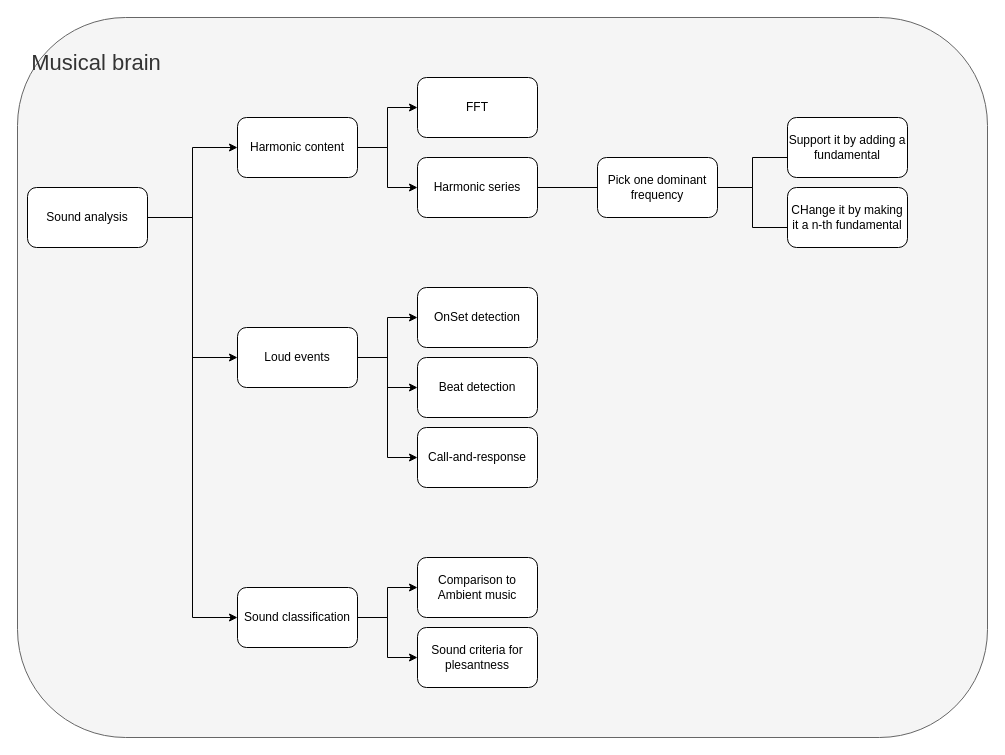
Earlier version of the draw.io diagram Diagrams/Nice_Noise_Diagram.drawio (prokosim/Nice_Noise). Source tidied: cells renumbered, new cells numbered last; positions are measured from the earlier drawing's top-left corner, leaving out a move shared by most shapes. Both pictures are drawn from the tidied source at 100%, with x=0, y=0 at pixel (17, 17).
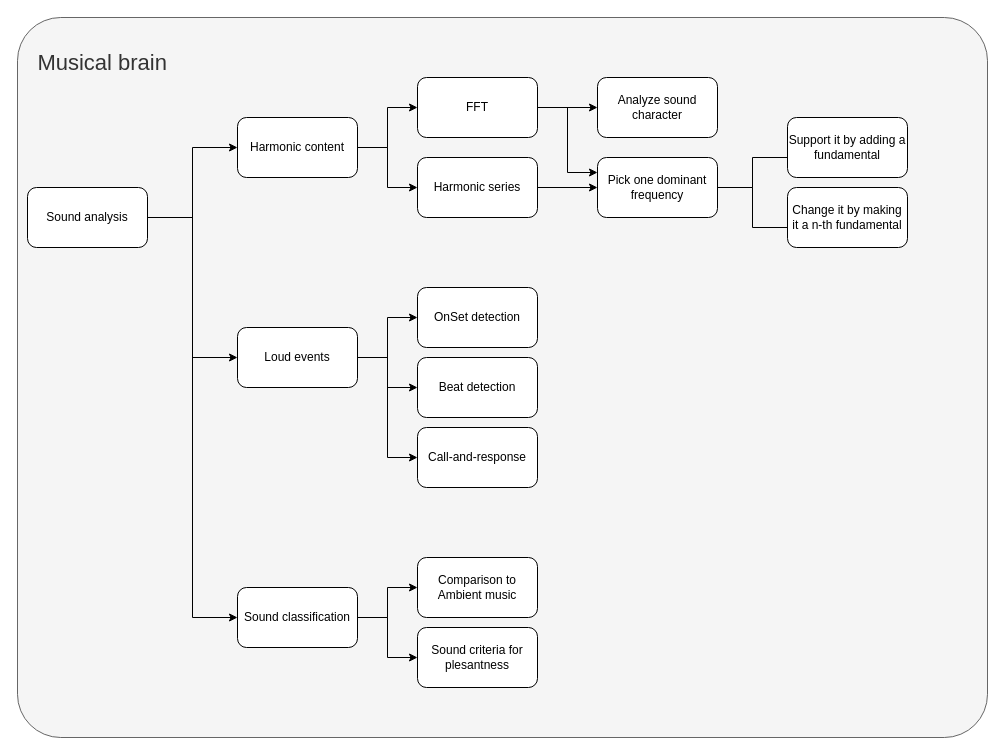
After the change.

The change refers to these unchanged cells:
```xml
<mxCell id="17" value="FFT" style="rounded=1;whiteSpace=wrap;html=1;" parent="1" vertex="1">
  <mxGeometry x="400" y="60" width="120" height="60" as="geometry" />
</mxCell>
<mxCell id="19" value="Harmonic series" style="rounded=1;whiteSpace=wrap;html=1;" parent="1" vertex="1">
  <mxGeometry x="400" y="140" width="120" height="60" as="geometry" />
</mxCell>
<mxCell id="27" value="Pick one dominant frequency" style="rounded=1;whiteSpace=wrap;html=1;" parent="1" vertex="1">
  <mxGeometry x="580" y="140" width="120" height="60" as="geometry" />
</mxCell>
```

The edit, as a diff of the source:
```diff
@@
-    <mxCell id="2" value="&lt;font style=&quot;font-size: 22px;&quot;&gt;&lt;br&gt;&lt;span style=&quot;white-space: pre;&quot;&gt;&lt;span style=&quot;white-space: pre;&quot;&gt; &lt;/span&gt; &lt;/span&gt;Musical brain&lt;/font&gt;" style="rounded=1;whiteSpace=wrap;html=1;sketch=0;align=left;verticalAlign=top;fillColor=#f5f5f5;fontColor=#333333;strokeColor=#666666;" parent="1" vertex="1">
+    <mxCell id="2" value="&lt;font style=&quot;font-size: 22px&quot;&gt;&lt;br&gt;&lt;span style=&quot;white-space: pre&quot;&gt;&lt;span style=&quot;white-space: pre&quot;&gt;&lt;span style=&quot;white-space: pre&quot;&gt; &lt;/span&gt; &lt;/span&gt; &lt;/span&gt;Musical brain&lt;/font&gt;" style="rounded=1;whiteSpace=wrap;html=1;sketch=0;align=left;verticalAlign=top;fillColor=#f5f5f5;fontColor=#333333;strokeColor=#666666;arcSize=6;" parent="1" vertex="1">
       <mxGeometry width="970" height="720" as="geometry" />
     </mxCell>
@@
+    <mxCell id="30" style="edgeStyle=orthogonalEdgeStyle;rounded=0;jettySize=auto;html=1;entryX=0;entryY=0.5;entryDx=0;entryDy=0;" parent="1" edge="1" source="17" target="32">
+      <mxGeometry relative="1" as="geometry" />
+    </mxCell>
+    <mxCell id="31" style="edgeStyle=orthogonalEdgeStyle;rounded=0;jettySize=auto;html=1;entryX=0;entryY=0.25;entryDx=0;entryDy=0;" parent="1" edge="1" source="17" target="27">
+      <mxGeometry relative="1" as="geometry" />
+    </mxCell>
@@
-    <mxCell id="18" style="edgeStyle=orthogonalEdgeStyle;rounded=0;jettySize=auto;html=1;entryX=0.417;entryY=0.5;entryDx=0;entryDy=0;entryPerimeter=0;" parent="1" edge="1" source="19" target="27">
+    <mxCell id="18" style="edgeStyle=orthogonalEdgeStyle;rounded=0;jettySize=auto;html=1;entryX=0;entryY=0.5;entryDx=0;entryDy=0;" parent="1" edge="1" source="19" target="27">
       <mxGeometry relative="1" as="geometry" />
     </mxCell>
@@
-    <mxCell id="29" value="CHange it by making it a n-th fundamental" style="rounded=1;whiteSpace=wrap;html=1;" parent="1" vertex="1">
+    <mxCell id="29" value="Change it by making it a n-th fundamental" style="rounded=1;whiteSpace=wrap;html=1;" parent="1" vertex="1">
       <mxGeometry x="770" y="170" width="120" height="60" as="geometry" />
     </mxCell>
+    <mxCell id="32" value="Analyze sound character" style="rounded=1;whiteSpace=wrap;html=1;" parent="1" vertex="1">
+      <mxGeometry x="580" y="60" width="120" height="60" as="geometry" />
+    </mxCell>
```
